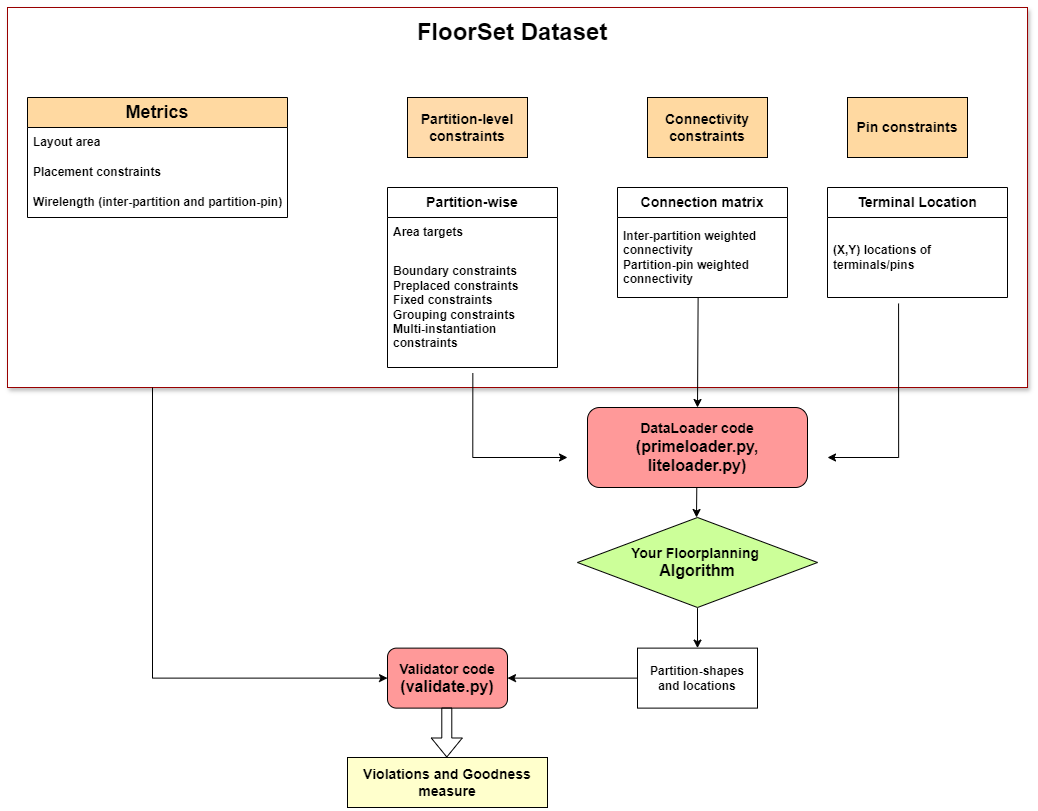
The draw.io diagram images/floorset_flow.png in conan0220/FloorSet, before a commit. Source tidied: cells renumbered, new cells last; positions are measured from the earlier drawing's top-left corner, leaving out a move shared by most shapes. The source it was exported from:
```xml
<mxGraphModel>
  <root>
    <mxCell id="0" />
    <mxCell id="1" parent="0" />
    <mxCell id="2" style="rounded=0;whiteSpace=wrap;html=1;strokeColor=#990000;shadow=1;" parent="1" vertex="1">
      <mxGeometry width="1020" height="380" as="geometry" />
    </mxCell>
    <mxCell id="3" value="&lt;b&gt;&lt;font style=&quot;font-size: 14px;&quot;&gt;Pin constraints&lt;/font&gt;&lt;/b&gt;" style="rounded=0;whiteSpace=wrap;html=1;fillColor=#FFD9A1;" parent="1" vertex="1">
      <mxGeometry x="840" y="90" width="120" height="60" as="geometry" />
    </mxCell>
    <mxCell id="4" value="&lt;b&gt;&lt;font style=&quot;font-size: 14px;&quot;&gt;Partition-level constraints&lt;/font&gt;&lt;/b&gt;" style="rounded=0;whiteSpace=wrap;html=1;fillColor=#FFDBAB;" parent="1" vertex="1">
      <mxGeometry x="400" y="90" width="120" height="60" as="geometry" />
    </mxCell>
    <mxCell id="5" value="&lt;font style=&quot;font-size: 14px;&quot;&gt;&lt;b&gt;Connectivity constraints&lt;/b&gt;&lt;/font&gt;" style="rounded=0;whiteSpace=wrap;html=1;fillColor=#FFD9A1;" parent="1" vertex="1">
      <mxGeometry x="640" y="90" width="120" height="60" as="geometry" />
    </mxCell>
    <mxCell id="6" value="&lt;font style=&quot;font-size: 14px;&quot;&gt;&lt;b&gt;Partition-wise&lt;/b&gt;&lt;/font&gt;" style="swimlane;fontStyle=0;horizontal=1;startSize=30;whiteSpace=wrap;html=1;" parent="1" vertex="1">
      <mxGeometry x="380" y="180" width="170" height="180" as="geometry" />
    </mxCell>
    <mxCell id="7" value="&lt;b&gt;Area targets&amp;nbsp;&lt;/b&gt;" style="text;strokeColor=none;fillColor=none;align=left;verticalAlign=middle;spacingLeft=4;spacingRight=4;overflow=hidden;whiteSpace=wrap;html=1;" parent="6" vertex="1">
      <mxGeometry y="30" width="170" height="30" as="geometry" />
    </mxCell>
    <mxCell id="8" value="&lt;div&gt;&lt;b&gt;Boundary constraints&lt;br&gt;&lt;/b&gt;&lt;/div&gt;&lt;b&gt;Preplaced constraints&lt;/b&gt;&lt;div&gt;&lt;b&gt;Fixed constraints&lt;/b&gt;&lt;/div&gt;&lt;div&gt;&lt;b&gt;Grouping constraints&lt;/b&gt;&lt;/div&gt;&lt;div&gt;&lt;b&gt;Multi-instantiation constraints&lt;/b&gt;&lt;/div&gt;" style="text;strokeColor=none;fillColor=none;align=left;verticalAlign=middle;spacingLeft=4;spacingRight=4;overflow=hidden;points=[[0,0.5,0,0,0],[1,0.5,0,0,0]];portConstraint=eastwest;whiteSpace=wrap;html=1;" parent="6" vertex="1">
      <mxGeometry y="60" width="170" height="120" as="geometry" />
    </mxCell>
    <mxCell id="9" value="&lt;font style=&quot;font-size: 14px;&quot;&gt;&lt;b&gt;Connection matrix&lt;/b&gt;&lt;/font&gt;" style="swimlane;fontStyle=0;horizontal=1;startSize=30;whiteSpace=wrap;html=1;" parent="1" vertex="1">
      <mxGeometry x="610" y="180" width="170" height="110" as="geometry" />
    </mxCell>
    <mxCell id="10" value="&lt;b&gt;Inter-partition weighted connectivity&lt;/b&gt;&lt;div&gt;&lt;b&gt;Partition-pin weighted connectivity&lt;/b&gt;&lt;/div&gt;" style="text;strokeColor=none;fillColor=none;align=left;verticalAlign=middle;spacingLeft=4;spacingRight=4;overflow=hidden;points=[[0,0.5],[1,0.5]];portConstraint=eastwest;whiteSpace=wrap;html=1;" parent="9" vertex="1">
      <mxGeometry y="30" width="170" height="80" as="geometry" />
    </mxCell>
    <mxCell id="11" value="&lt;b&gt;&lt;font style=&quot;font-size: 14px;&quot;&gt;Terminal Location&lt;/font&gt;&lt;/b&gt;" style="swimlane;fontStyle=0;horizontal=1;startSize=30;whiteSpace=wrap;html=1;" parent="1" vertex="1">
      <mxGeometry x="820" y="180" width="180" height="110" as="geometry" />
    </mxCell>
    <mxCell id="12" value="&lt;b&gt;(X,Y) locations of terminals/pins&lt;/b&gt;" style="text;strokeColor=none;fillColor=none;align=left;verticalAlign=middle;spacingLeft=4;spacingRight=4;overflow=hidden;points=[[0,0.5],[1,0.5]];portConstraint=eastwest;whiteSpace=wrap;html=1;" parent="11" vertex="1">
      <mxGeometry y="30" width="180" height="80" as="geometry" />
    </mxCell>
    <mxCell id="13" value="&lt;font style=&quot;font-size: 14px;&quot;&gt;&lt;b style=&quot;&quot;&gt;Your Floorplanning&amp;nbsp;&lt;/b&gt;&lt;/font&gt;&lt;div&gt;&lt;font size=&quot;3&quot;&gt;&lt;b&gt;Algorithm&lt;/b&gt;&lt;/font&gt;&lt;/div&gt;" style="rhombus;whiteSpace=wrap;html=1;fillColor=#CCFF99;" parent="1" vertex="1">
      <mxGeometry x="570" y="510" width="240" height="90" as="geometry" />
    </mxCell>
    <mxCell id="14" style="edgeStyle=orthogonalEdgeStyle;rounded=0;jettySize=auto;html=1;exitX=0.502;exitY=1.046;exitDx=0;exitDy=0;exitPerimeter=0;" parent="1" edge="1" source="8">
      <mxGeometry relative="1" as="geometry">
        <mxPoint x="560" y="450" as="targetPoint" />
        <Array as="points">
          <mxPoint x="465" y="450" />
        </Array>
      </mxGeometry>
    </mxCell>
    <mxCell id="15" style="edgeStyle=orthogonalEdgeStyle;rounded=0;orthogonalLoop=1;jettySize=auto;html=1;exitX=0.506;exitY=1.075;exitDx=0;exitDy=0;exitPerimeter=0;" parent="1" edge="1">
      <mxGeometry relative="1" as="geometry">
        <mxPoint x="891.1" y="296" as="sourcePoint" />
        <mxPoint x="820" y="450" as="targetPoint" />
        <Array as="points">
          <mxPoint x="891" y="450" />
        </Array>
      </mxGeometry>
    </mxCell>
    <mxCell id="16" style="endArrow=classic;html=1;rounded=0;exitX=0.459;exitY=1.008;exitDx=0;exitDy=0;exitPerimeter=0;entryX=0.5;entryY=0;entryDx=0;entryDy=0;" parent="1" edge="1" target="27">
      <mxGeometry relative="1" as="geometry">
        <mxPoint x="690.6" y="290" as="sourcePoint" />
      </mxGeometry>
    </mxCell>
    <mxCell id="17" value="&lt;b&gt;Partition-shapes and locations&lt;/b&gt;" style="rounded=0;whiteSpace=wrap;html=1;" parent="1" vertex="1">
      <mxGeometry x="630" y="640.6" width="120" height="60" as="geometry" />
    </mxCell>
    <mxCell id="18" style="endArrow=classic;html=1;rounded=0;" parent="1" edge="1" target="17">
      <mxGeometry relative="1" as="geometry">
        <mxPoint x="690" y="600.6" as="sourcePoint" />
      </mxGeometry>
    </mxCell>
    <mxCell id="19" value="&lt;font style=&quot;font-size: 18px;&quot;&gt;&lt;b style=&quot;&quot;&gt;Metrics&lt;/b&gt;&lt;/font&gt;" style="swimlane;fontStyle=0;horizontal=1;startSize=30;whiteSpace=wrap;html=1;fillColor=#FFD9A1;" parent="1" vertex="1">
      <mxGeometry x="20" y="90" width="260" height="120" as="geometry" />
    </mxCell>
    <mxCell id="20" value="&lt;b&gt;Layout area&lt;/b&gt;" style="text;strokeColor=none;fillColor=none;align=left;verticalAlign=middle;spacingLeft=4;spacingRight=4;overflow=hidden;whiteSpace=wrap;html=1;" parent="19" vertex="1">
      <mxGeometry y="30" width="260" height="30" as="geometry" />
    </mxCell>
    <mxCell id="21" value="&lt;b&gt;Placement constraints&lt;/b&gt;" style="text;strokeColor=none;fillColor=none;align=left;verticalAlign=middle;spacingLeft=4;spacingRight=4;overflow=hidden;whiteSpace=wrap;html=1;" parent="19" vertex="1">
      <mxGeometry y="60" width="260" height="30" as="geometry" />
    </mxCell>
    <mxCell id="22" value="&lt;b&gt;Wirelength (inter-partition and partition-pin)&lt;/b&gt;" style="text;strokeColor=none;fillColor=none;align=left;verticalAlign=middle;spacingLeft=4;spacingRight=4;overflow=hidden;whiteSpace=wrap;html=1;" parent="19" vertex="1">
      <mxGeometry y="90" width="260" height="30" as="geometry" />
    </mxCell>
    <mxCell id="23" value="&lt;font style=&quot;font-size: 14px;&quot;&gt;&lt;b&gt;Validator code&lt;/b&gt;&lt;/font&gt;&lt;div&gt;&lt;font size=&quot;3&quot;&gt;&lt;b&gt;(validate.py)&lt;/b&gt;&lt;/font&gt;&lt;/div&gt;" style="rounded=1;whiteSpace=wrap;html=1;fillColor=#FF9999;" parent="1" vertex="1">
      <mxGeometry x="380" y="640.6" width="120" height="60" as="geometry" />
    </mxCell>
    <mxCell id="24" style="endArrow=classic;html=1;rounded=0;entryX=1;entryY=0.5;entryDx=0;entryDy=0;exitX=0;exitY=0.5;exitDx=0;exitDy=0;" parent="1" edge="1" source="17" target="23">
      <mxGeometry relative="1" as="geometry" />
    </mxCell>
    <mxCell id="25" style="endArrow=classic;html=1;rounded=0;entryX=0;entryY=0.5;entryDx=0;entryDy=0;" parent="1" edge="1" target="23">
      <mxGeometry relative="1" as="geometry">
        <mxPoint x="145" y="380" as="sourcePoint" />
        <Array as="points">
          <mxPoint x="145" y="670.6" />
        </Array>
      </mxGeometry>
    </mxCell>
    <mxCell id="26" value="&lt;font style=&quot;font-size: 14px;&quot;&gt;&lt;b&gt;Violations and Goodness measure&lt;/b&gt;&lt;/font&gt;" style="text;strokeColor=#000000;fillColor=#FFFFCC;align=center;verticalAlign=middle;spacingLeft=4;spacingRight=4;overflow=hidden;whiteSpace=wrap;html=1;" parent="1" vertex="1">
      <mxGeometry x="340" y="750" width="200" height="50" as="geometry" />
    </mxCell>
    <mxCell id="27" value="&lt;b&gt;&lt;font style=&quot;font-size: 14px;&quot;&gt;DataLoader code&lt;/font&gt;&lt;/b&gt;&lt;div&gt;&lt;b&gt;&lt;font size=&quot;3&quot;&gt;(primeloader.py, liteloader.py)&lt;/font&gt;&lt;/b&gt;&lt;/div&gt;" style="rounded=1;whiteSpace=wrap;html=1;fillColor=#FF9999;" parent="1" vertex="1">
      <mxGeometry x="580" y="400" width="220" height="80" as="geometry" />
    </mxCell>
    <mxCell id="28" style="endArrow=classic;html=1;rounded=0;" parent="1" edge="1">
      <mxGeometry relative="1" as="geometry">
        <mxPoint x="689.3" y="480" as="sourcePoint" />
        <mxPoint x="689" y="510" as="targetPoint" />
      </mxGeometry>
    </mxCell>
    <mxCell id="29" value="&lt;font style=&quot;font-size: 24px;&quot;&gt;&lt;b&gt;FloorSet Dataset&lt;/b&gt;&lt;/font&gt;" style="text;html=1;align=center;verticalAlign=middle;whiteSpace=wrap;rounded=0;" parent="1" vertex="1">
      <mxGeometry x="390" y="10" width="230" height="30" as="geometry" />
    </mxCell>
    <mxCell id="30" style="shape=flexArrow;endArrow=classic;html=1;rounded=0;" parent="1" edge="1">
      <mxGeometry relative="1" as="geometry">
        <mxPoint x="439.3" y="700" as="sourcePoint" />
        <mxPoint x="439.3" y="750" as="targetPoint" />
      </mxGeometry>
    </mxCell>
  </root>
</mxGraphModel>
```
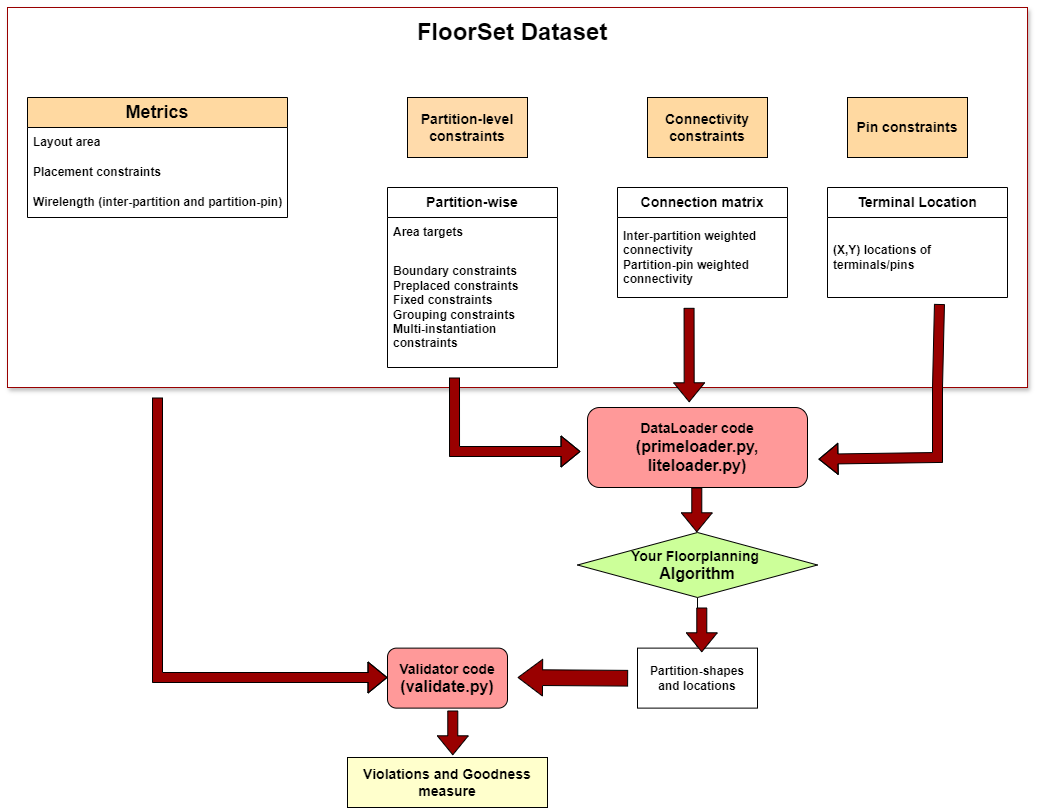
After the change.

Diff of the diagram source:
```diff
@@ -35,39 +35,15 @@
     <mxCell id="12" value="&lt;b&gt;(X,Y) locations of terminals/pins&lt;/b&gt;" style="text;strokeColor=none;fillColor=none;align=left;verticalAlign=middle;spacingLeft=4;spacingRight=4;overflow=hidden;points=[[0,0.5],[1,0.5]];portConstraint=eastwest;whiteSpace=wrap;html=1;" parent="11" vertex="1">
       <mxGeometry y="30" width="180" height="80" as="geometry" />
     </mxCell>
+    <mxCell id="31" style="edgeStyle=orthogonalEdgeStyle;rounded=0;jettySize=auto;html=1;" parent="1" edge="1" source="13" target="17">
+      <mxGeometry relative="1" as="geometry" />
+    </mxCell>
     <mxCell id="13" value="&lt;font style=&quot;font-size: 14px;&quot;&gt;&lt;b style=&quot;&quot;&gt;Your Floorplanning&amp;nbsp;&lt;/b&gt;&lt;/font&gt;&lt;div&gt;&lt;font size=&quot;3&quot;&gt;&lt;b&gt;Algorithm&lt;/b&gt;&lt;/font&gt;&lt;/div&gt;" style="rhombus;whiteSpace=wrap;html=1;fillColor=#CCFF99;" parent="1" vertex="1">
-      <mxGeometry x="570" y="510" width="240" height="90" as="geometry" />
+      <mxGeometry x="570" y="525" width="240" height="65" as="geometry" />
     </mxCell>
-    <mxCell id="14" style="edgeStyle=orthogonalEdgeStyle;rounded=0;jettySize=auto;html=1;exitX=0.502;exitY=1.046;exitDx=0;exitDy=0;exitPerimeter=0;" parent="1" edge="1" source="8">
-      <mxGeometry relative="1" as="geometry">
-        <mxPoint x="560" y="450" as="targetPoint" />
-        <Array as="points">
-          <mxPoint x="465" y="450" />
-        </Array>
-      </mxGeometry>
-    </mxCell>
-    <mxCell id="15" style="edgeStyle=orthogonalEdgeStyle;rounded=0;orthogonalLoop=1;jettySize=auto;html=1;exitX=0.506;exitY=1.075;exitDx=0;exitDy=0;exitPerimeter=0;" parent="1" edge="1">
-      <mxGeometry relative="1" as="geometry">
-        <mxPoint x="891.1" y="296" as="sourcePoint" />
-        <mxPoint x="820" y="450" as="targetPoint" />
-        <Array as="points">
-          <mxPoint x="891" y="450" />
-        </Array>
-      </mxGeometry>
-    </mxCell>
-    <mxCell id="16" style="endArrow=classic;html=1;rounded=0;exitX=0.459;exitY=1.008;exitDx=0;exitDy=0;exitPerimeter=0;entryX=0.5;entryY=0;entryDx=0;entryDy=0;" parent="1" edge="1" target="27">
-      <mxGeometry relative="1" as="geometry">
-        <mxPoint x="690.6" y="290" as="sourcePoint" />
-      </mxGeometry>
-    </mxCell>
     <mxCell id="17" value="&lt;b&gt;Partition-shapes and locations&lt;/b&gt;" style="rounded=0;whiteSpace=wrap;html=1;" parent="1" vertex="1">
       <mxGeometry x="630" y="640.6" width="120" height="60" as="geometry" />
     </mxCell>
-    <mxCell id="18" style="endArrow=classic;html=1;rounded=0;" parent="1" edge="1" target="17">
-      <mxGeometry relative="1" as="geometry">
-        <mxPoint x="690" y="600.6" as="sourcePoint" />
-      </mxGeometry>
-    </mxCell>
     <mxCell id="19" value="&lt;font style=&quot;font-size: 18px;&quot;&gt;&lt;b style=&quot;&quot;&gt;Metrics&lt;/b&gt;&lt;/font&gt;" style="swimlane;fontStyle=0;horizontal=1;startSize=30;whiteSpace=wrap;html=1;fillColor=#FFD9A1;" parent="1" vertex="1">
       <mxGeometry x="20" y="90" width="260" height="120" as="geometry" />
     </mxCell>
@@ -83,37 +59,68 @@
     <mxCell id="23" value="&lt;font style=&quot;font-size: 14px;&quot;&gt;&lt;b&gt;Validator code&lt;/b&gt;&lt;/font&gt;&lt;div&gt;&lt;font size=&quot;3&quot;&gt;&lt;b&gt;(validate.py)&lt;/b&gt;&lt;/font&gt;&lt;/div&gt;" style="rounded=1;whiteSpace=wrap;html=1;fillColor=#FF9999;" parent="1" vertex="1">
       <mxGeometry x="380" y="640.6" width="120" height="60" as="geometry" />
     </mxCell>
-    <mxCell id="24" style="endArrow=classic;html=1;rounded=0;entryX=1;entryY=0.5;entryDx=0;entryDy=0;exitX=0;exitY=0.5;exitDx=0;exitDy=0;" parent="1" edge="1" source="17" target="23">
-      <mxGeometry relative="1" as="geometry" />
-    </mxCell>
-    <mxCell id="25" style="endArrow=classic;html=1;rounded=0;entryX=0;entryY=0.5;entryDx=0;entryDy=0;" parent="1" edge="1" target="23">
-      <mxGeometry relative="1" as="geometry">
-        <mxPoint x="145" y="380" as="sourcePoint" />
-        <Array as="points">
-          <mxPoint x="145" y="670.6" />
-        </Array>
-      </mxGeometry>
-    </mxCell>
     <mxCell id="26" value="&lt;font style=&quot;font-size: 14px;&quot;&gt;&lt;b&gt;Violations and Goodness measure&lt;/b&gt;&lt;/font&gt;" style="text;strokeColor=#000000;fillColor=#FFFFCC;align=center;verticalAlign=middle;spacingLeft=4;spacingRight=4;overflow=hidden;whiteSpace=wrap;html=1;" parent="1" vertex="1">
       <mxGeometry x="340" y="750" width="200" height="50" as="geometry" />
     </mxCell>
     <mxCell id="27" value="&lt;b&gt;&lt;font style=&quot;font-size: 14px;&quot;&gt;DataLoader code&lt;/font&gt;&lt;/b&gt;&lt;div&gt;&lt;b&gt;&lt;font size=&quot;3&quot;&gt;(primeloader.py, liteloader.py)&lt;/font&gt;&lt;/b&gt;&lt;/div&gt;" style="rounded=1;whiteSpace=wrap;html=1;fillColor=#FF9999;" parent="1" vertex="1">
       <mxGeometry x="580" y="400" width="220" height="80" as="geometry" />
     </mxCell>
-    <mxCell id="28" style="endArrow=classic;html=1;rounded=0;" parent="1" edge="1">
-      <mxGeometry relative="1" as="geometry">
-        <mxPoint x="689.3" y="480" as="sourcePoint" />
-        <mxPoint x="689" y="510" as="targetPoint" />
-      </mxGeometry>
-    </mxCell>
     <mxCell id="29" value="&lt;font style=&quot;font-size: 24px;&quot;&gt;&lt;b&gt;FloorSet Dataset&lt;/b&gt;&lt;/font&gt;" style="text;html=1;align=center;verticalAlign=middle;whiteSpace=wrap;rounded=0;" parent="1" vertex="1">
       <mxGeometry x="390" y="10" width="230" height="30" as="geometry" />
     </mxCell>
-    <mxCell id="30" style="shape=flexArrow;endArrow=classic;html=1;rounded=0;" parent="1" edge="1">
-      <mxGeometry relative="1" as="geometry">
-        <mxPoint x="439.3" y="700" as="sourcePoint" />
-        <mxPoint x="439.3" y="750" as="targetPoint" />
-      </mxGeometry>
-    </mxCell>
+    <mxCell id="32" style="shape=flexArrow;endArrow=classic;html=1;rounded=0;exitX=0.622;exitY=1.081;exitDx=0;exitDy=0;exitPerimeter=0;entryX=1.05;entryY=0.646;entryDx=0;entryDy=0;entryPerimeter=0;fillColor=#990000;" parent="1" edge="1" source="12" target="27">
+      <mxGeometry relative="1" as="geometry">
+        <Array as="points">
+          <mxPoint x="930" y="380" />
+          <mxPoint x="930" y="450" />
+        </Array>
+      </mxGeometry>
+    </mxCell>
+    <mxCell id="33" style="shape=flexArrow;endArrow=classic;html=1;rounded=0;exitX=0.421;exitY=1.129;exitDx=0;exitDy=0;exitPerimeter=0;entryX=0.444;entryY=-0.115;entryDx=0;entryDy=0;entryPerimeter=0;fillColor=#990000;" parent="1" edge="1" source="10">
+      <mxGeometry relative="1" as="geometry">
+        <mxPoint x="681.7" y="394.8" as="targetPoint" />
+      </mxGeometry>
+    </mxCell>
+    <mxCell id="34" style="shape=flexArrow;endArrow=classic;html=1;rounded=0;entryX=0;entryY=0.75;entryDx=0;entryDy=0;fillColor=#990000;" parent="1" edge="1">
+      <mxGeometry relative="1" as="geometry">
+        <mxPoint x="447" y="370" as="sourcePoint" />
+        <mxPoint x="573" y="444" as="targetPoint" />
+        <Array as="points">
+          <mxPoint x="447" y="444" />
+        </Array>
+      </mxGeometry>
+    </mxCell>
+    <mxCell id="35" style="shape=flexArrow;endArrow=classic;html=1;rounded=0;entryX=0.444;entryY=-0.115;entryDx=0;entryDy=0;entryPerimeter=0;fillColor=#990000;" parent="1" edge="1">
+      <mxGeometry relative="1" as="geometry">
+        <mxPoint x="694.3" y="600" as="sourcePoint" />
+        <mxPoint x="694.3" y="644.8" as="targetPoint" />
+      </mxGeometry>
+    </mxCell>
+    <mxCell id="36" style="shape=flexArrow;endArrow=classic;html=1;rounded=0;entryX=0.444;entryY=-0.115;entryDx=0;entryDy=0;entryPerimeter=0;fillColor=#990000;" parent="1" edge="1">
+      <mxGeometry relative="1" as="geometry">
+        <mxPoint x="689.3" y="480" as="sourcePoint" />
+        <mxPoint x="689.3" y="524.8" as="targetPoint" />
+      </mxGeometry>
+    </mxCell>
+    <mxCell id="37" style="shape=flexArrow;endArrow=classic;html=1;rounded=0;fillColor=#990000;" parent="1" edge="1">
+      <mxGeometry relative="1" as="geometry">
+        <mxPoint x="150" y="390" as="sourcePoint" />
+        <mxPoint x="380" y="670" as="targetPoint" />
+        <Array as="points">
+          <mxPoint x="150" y="670" />
+        </Array>
+      </mxGeometry>
+    </mxCell>
+    <mxCell id="38" style="shape=flexArrow;endArrow=classic;html=1;rounded=0;fillColor=#990000;width=15.714285714285715;endSize=7.857142857142858;exitX=-0.078;exitY=0.502;exitDx=0;exitDy=0;exitPerimeter=0;" parent="1" edge="1" source="17">
+      <mxGeometry relative="1" as="geometry">
+        <mxPoint x="510" y="670" as="targetPoint" />
+      </mxGeometry>
+    </mxCell>
+    <mxCell id="39" style="shape=flexArrow;endArrow=classic;html=1;rounded=0;entryX=0.444;entryY=-0.115;entryDx=0;entryDy=0;entryPerimeter=0;fillColor=#990000;" parent="1" edge="1">
+      <mxGeometry relative="1" as="geometry">
+        <mxPoint x="445.3" y="703" as="sourcePoint" />
+        <mxPoint x="445.3" y="747.8" as="targetPoint" />
+      </mxGeometry>
+    </mxCell>
   </root>
 </mxGraphModel>
```
